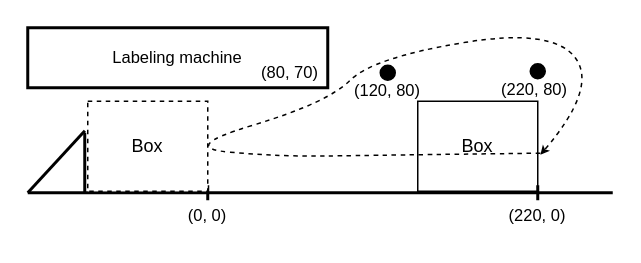
This is report/figures/optimization_problem_task.drawio from einsflash/Project_Pusher_Mechanism, a draw.io file, before an edit. Source tidied: cells renumbered, new cells numbered last; positions are measured from the earlier drawing's top-left corner, leaving out a move shared by most shapes. Both pictures are drawn from the tidied source at 150%, with x=0, y=0 at pixel (27, 27).
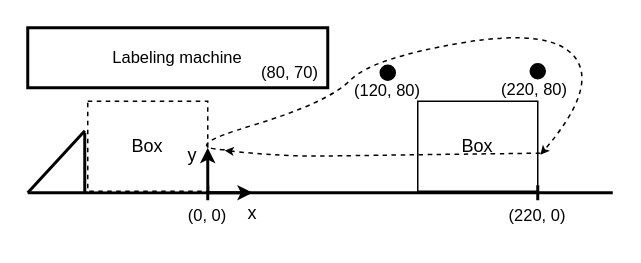
After the change.

Commit message (it also covers changes not shown here):
add optimization problem part

The change refers to these unchanged cells:
```xml
<mxCell id="5" value="(0, 0)" style="text;html=1;align=center;verticalAlign=middle;whiteSpace=wrap;rounded=0;fontSize=11;" parent="1" vertex="1">
  <mxGeometry x="90" y="110" width="60" height="30" as="geometry" />
</mxCell>
<mxCell id="13" value="Box" style="rounded=0;whiteSpace=wrap;html=1;" parent="1" vertex="1">
  <mxGeometry x="260" y="49" width="80" height="60" as="geometry" />
</mxCell>
```

What changed in the source:
```diff
@@
-    <mxCell id="17" style="curved=1;endArrow=classic;html=1;rounded=0;entryX=1.022;entryY=0.594;entryDx=0;entryDy=0;entryPerimeter=0;exitX=1.022;exitY=0.577;exitDx=0;exitDy=0;exitPerimeter=0;endSize=3;dashed=1;" parent="1" edge="1" source="13" target="13">
+    <mxCell id="17" style="curved=1;endArrow=classic;html=1;rounded=0;entryX=1.022;entryY=0.594;entryDx=0;entryDy=0;entryPerimeter=0;exitX=1.022;exitY=0.577;exitDx=0;exitDy=0;exitPerimeter=0;endSize=3;dashed=1;" parent="1" edge="1" target="13">
       <mxGeometry relative="1" as="geometry">
+        <mxPoint x="131.3" y="81.3" as="sourcePoint" />
         <Array as="points">
-          <mxPoint x="230" y="85" />
-          <mxPoint x="170" y="86" />
           <mxPoint x="100" y="80" />
           <mxPoint x="200" y="50" />
           <mxPoint x="230" y="20" />
           <mxPoint x="350" />
           <mxPoint x="380" y="40" />
         </Array>
       </mxGeometry>
     </mxCell>
+    <mxCell id="18" style="endArrow=classic;html=1;rounded=0;fontSize=12;startSize=8;endSize=4;curved=1;exitX=0.5;exitY=0;exitDx=0;exitDy=0;strokeWidth=2;" parent="1" edge="1" source="5">
+      <mxGeometry relative="1" as="geometry">
+        <mxPoint x="120" y="80" as="targetPoint" />
+      </mxGeometry>
+    </mxCell>
+    <mxCell id="19" style="curved=1;endArrow=classic;html=1;rounded=0;entryX=1.022;entryY=0.594;entryDx=0;entryDy=0;entryPerimeter=0;exitX=1.022;exitY=0.577;exitDx=0;exitDy=0;exitPerimeter=0;endSize=3;dashed=1;" parent="1" edge="1" source="13">
+      <mxGeometry relative="1" as="geometry">
+        <mxPoint x="131.3" y="81.8" as="targetPoint" />
+        <Array as="points">
+          <mxPoint x="230" y="85" />
+          <mxPoint x="170" y="86" />
+        </Array>
+      </mxGeometry>
+    </mxCell>
+    <mxCell id="20" value="y" style="text;html=1;align=center;verticalAlign=middle;whiteSpace=wrap;rounded=0;" parent="1" vertex="1">
+      <mxGeometry x="80" y="70" width="60" height="30" as="geometry" />
+    </mxCell>
+    <mxCell id="21" style="endArrow=classic;html=1;rounded=0;exitX=0.5;exitY=0;exitDx=0;exitDy=0;entryX=1;entryY=0;entryDx=0;entryDy=0;strokeWidth=2;endSize=4;" parent="1" edge="1" source="5" target="5">
+      <mxGeometry relative="1" as="geometry" />
+    </mxCell>
+    <mxCell id="22" value="x" style="text;html=1;align=center;verticalAlign=middle;whiteSpace=wrap;rounded=0;" parent="1" vertex="1">
+      <mxGeometry x="120" y="109" width="60" height="30" as="geometry" />
+    </mxCell>
```
